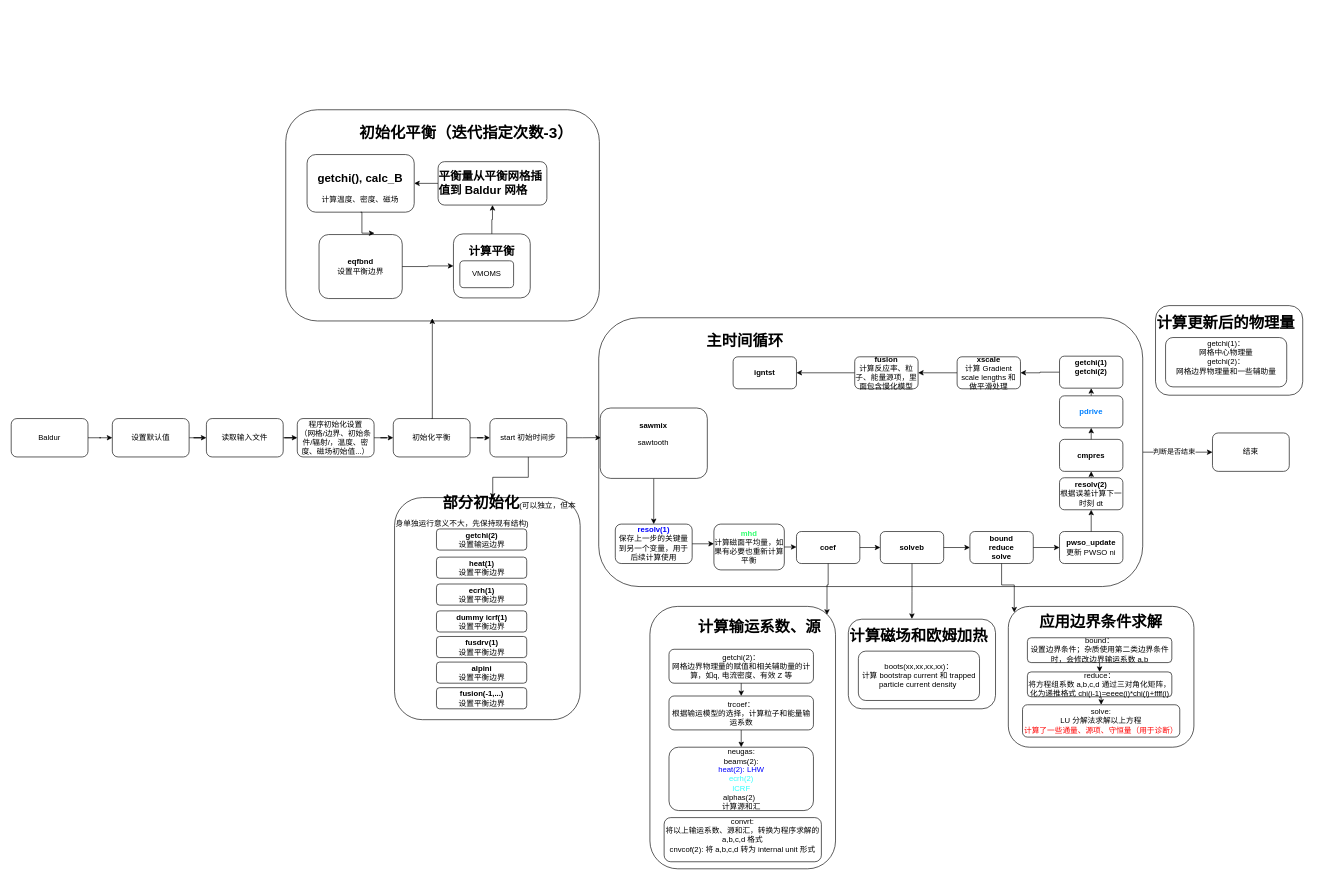
This is page "050825" (7 of 7) of Baldur.drawio from jiaxing-liu/flowchart, a draw.io file, before an edit. Source tidied: cells renumbered, new cells numbered last; positions are measured from the earlier drawing's top-left corner, leaving out a move shared by most shapes. Both pictures are drawn from the tidied source at 64%, with x=0, y=0 at pixel (11, 11).
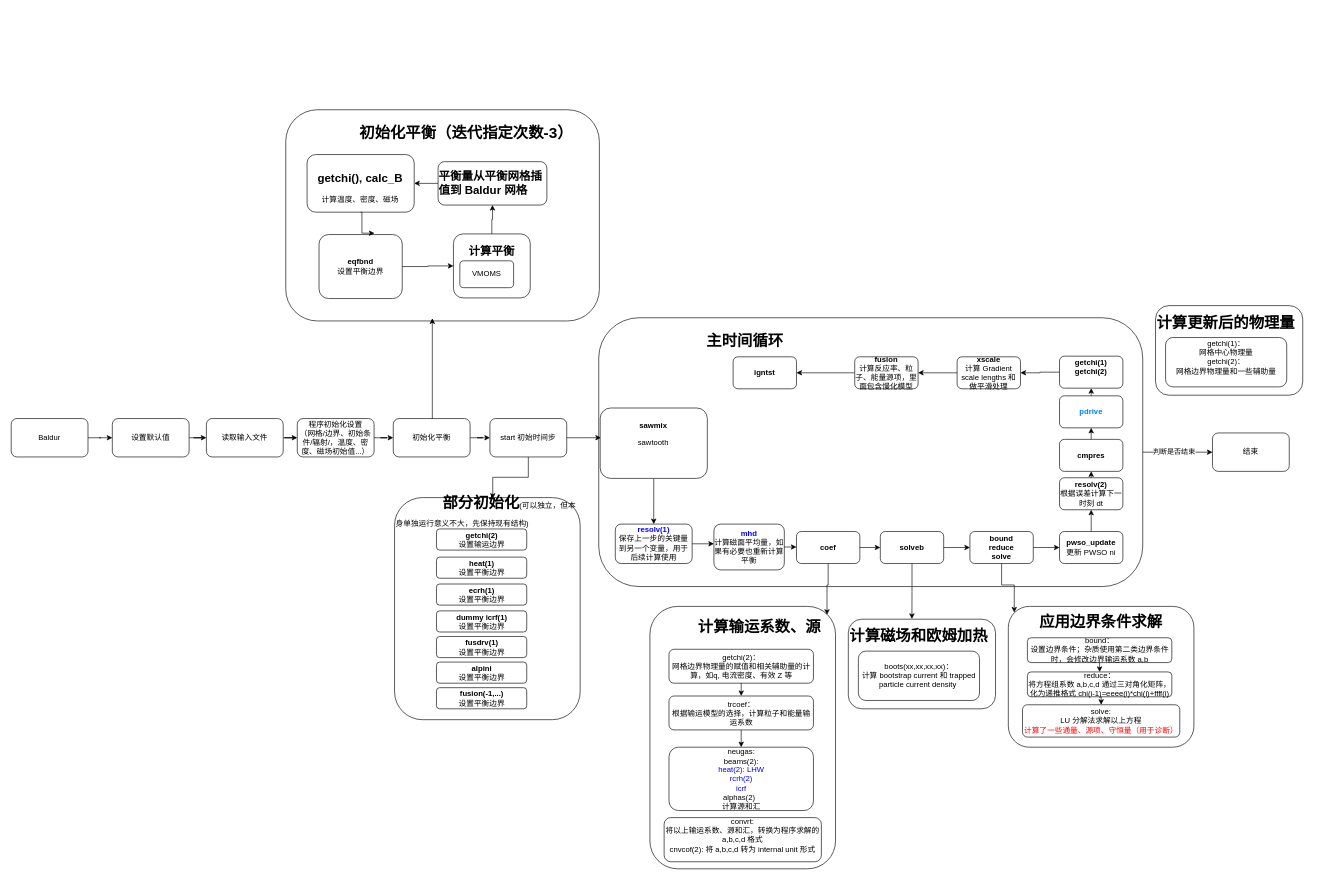
The same diagram, later.

The change refers to these unchanged cells:
```xml
<mxCell id="56" style="group;" parent="55" vertex="1">
  <mxGeometry width="110" height="70" as="geometry" />
</mxCell>
<mxCell id="100" style="group;" parent="1" vertex="1">
  <mxGeometry x="998" y="930" width="290" height="410" as="geometry" />
</mxCell>
```

Change to the diagram source:
```diff
@@
-    <mxCell id="57" value="&lt;div&gt;&lt;b&gt;&lt;span style=&quot;color: rgb(0, 0, 255);&quot;&gt;&lt;span style=&quot;color: rgb(0, 0, 255);&quot;&gt;&lt;span style=&quot;color: rgb(0, 0, 255);&quot;&gt;&lt;span style=&quot;color: rgb(47, 255, 109);&quot;&gt;mhd&lt;/span&gt;&lt;/span&gt;&lt;/span&gt;&lt;/span&gt;&lt;/b&gt;&lt;/div&gt;&lt;div&gt;计算磁面平均量，如果有必要也重新计算平衡&lt;/div&gt;" style="rounded=1;whiteSpace=wrap;html=1;" parent="56" vertex="1">
+    <mxCell id="57" value="&lt;div&gt;&lt;b&gt;&lt;span style=&quot;color: rgb(0, 0, 255);&quot;&gt;mhd&lt;/span&gt;&lt;/b&gt;&lt;/div&gt;&lt;div&gt;计算磁面平均量，如果有必要也重新计算平衡&lt;/div&gt;" style="rounded=1;whiteSpace=wrap;html=1;" parent="56" vertex="1">
       <mxGeometry y="-1.6" width="110" height="71.6" as="geometry" />
     </mxCell>
@@
-    <mxCell id="107" value="&lt;div&gt;neugas:&lt;/div&gt;&lt;div&gt;beams(2):&lt;/div&gt;&lt;div&gt;&lt;span style=&quot;color: rgb(0, 0, 255);&quot;&gt;heat(2): LHW&lt;/span&gt;&lt;/div&gt;&lt;div&gt;&lt;span style=&quot;color: rgb(0, 0, 255);&quot;&gt;&lt;span style=&quot;color: rgb(51, 255, 255);&quot;&gt;ecrh(2)&lt;/span&gt;&lt;/span&gt;&lt;/div&gt;&lt;div&gt;&lt;span style=&quot;color: rgb(0, 0, 255);&quot;&gt;&lt;span style=&quot;color: rgb(51, 255, 255);&quot;&gt;ICRF&lt;/span&gt;&lt;/span&gt;&lt;span style=&quot;color: rgb(51, 255, 255);&quot;&gt;&lt;/span&gt;&lt;/div&gt;&lt;div&gt;alphas(2)&amp;nbsp;&amp;nbsp;&lt;/div&gt;&lt;div&gt;计算源和汇&lt;/div&gt;" style="rounded=1;whiteSpace=wrap;html=1;" parent="100" vertex="1">
+    <mxCell id="107" value="&lt;div&gt;neugas:&lt;/div&gt;&lt;div&gt;beams(2):&lt;/div&gt;&lt;div&gt;&lt;span style=&quot;color: rgb(0, 0, 255);&quot;&gt;heat(2): LHW&lt;/span&gt;&lt;/div&gt;&lt;div&gt;&lt;span style=&quot;color: rgb(0, 0, 255);&quot;&gt;rcrh(2)&lt;/span&gt;&lt;/div&gt;&lt;div&gt;&lt;span style=&quot;color: rgb(0, 0, 255);&quot;&gt;icrf&lt;/span&gt;&lt;/div&gt;&lt;div&gt;alphas(2)&amp;nbsp;&amp;nbsp;&lt;/div&gt;&lt;div&gt;计算源和汇&lt;/div&gt;" style="rounded=1;whiteSpace=wrap;html=1;" parent="100" vertex="1">
       <mxGeometry x="29.8" y="220" width="225.7" height="99" as="geometry" />
     </mxCell>
```
